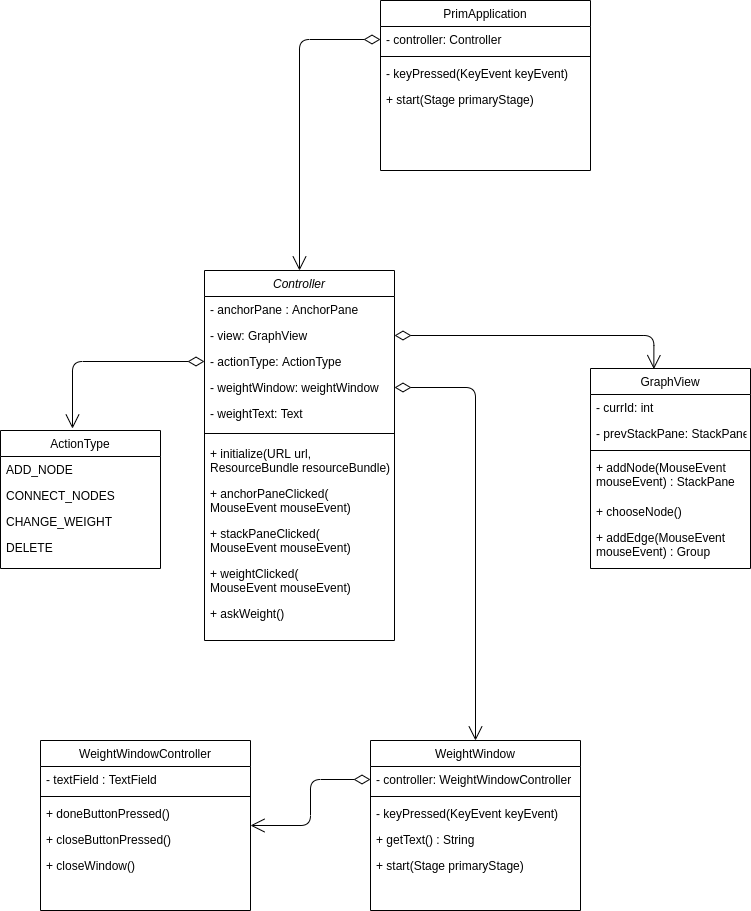
This is reports/UML/class.png from dkamakin/Practice-SPbETU-2021, a draw.io export, as it was before one commit. Source tidied: cells renumbered, new cells last; positions are measured from the earlier drawing's top-left corner, leaving out a move shared by most shapes.
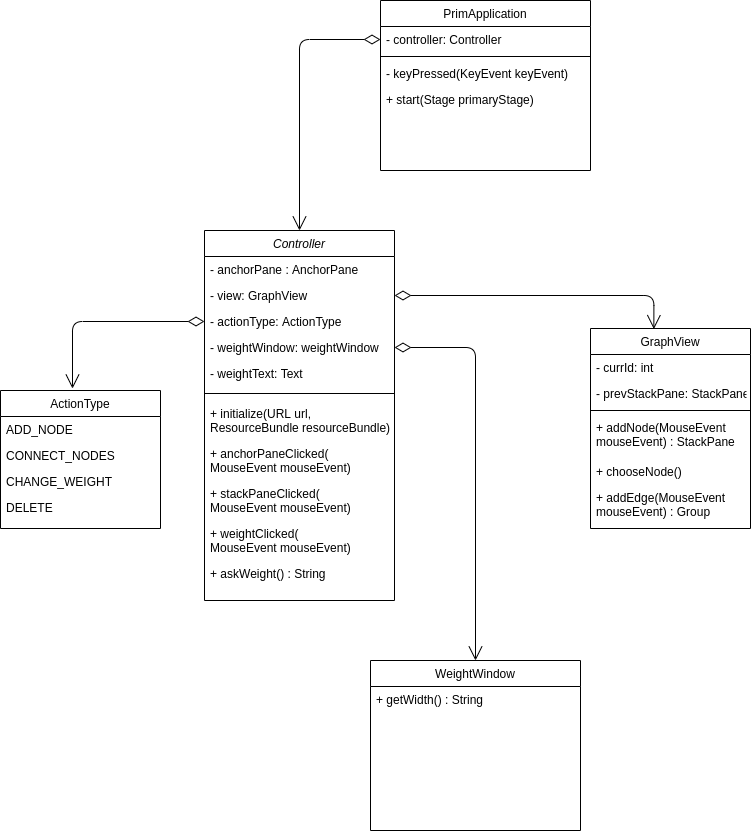
After the commit.

The edit, as a diff of the source:
```diff
@@ -35,7 +35,7 @@
     <mxCell id="12" value="+ weightClicked(&#10;MouseEvent mouseEvent)" style="text;align=left;verticalAlign=top;spacingLeft=4;spacingRight=4;overflow=hidden;rounded=0;shadow=0;html=0;" parent="2" vertex="1">
       <mxGeometry y="290" width="190" height="40" as="geometry" />
     </mxCell>
-    <mxCell id="13" value="+ askWeight()" style="text;align=left;verticalAlign=top;spacingLeft=4;spacingRight=4;overflow=hidden;rounded=0;shadow=0;html=0;" parent="2" vertex="1">
+    <mxCell id="13" value="+ askWeight() : String&#10;" style="text;align=left;verticalAlign=top;spacingLeft=4;spacingRight=4;overflow=hidden;rounded=0;shadow=0;html=0;" parent="2" vertex="1">
       <mxGeometry y="330" width="190" height="40" as="geometry" />
     </mxCell>
     <mxCell id="14" value="ActionType" style="swimlane;fontStyle=0;align=center;verticalAlign=top;horizontal=1;startSize=26;rounded=0;shadow=0;strokeWidth=1;" parent="1" vertex="1">
@@ -54,23 +54,11 @@
       <mxGeometry y="104" width="160" height="26" as="geometry" />
     </mxCell>
     <mxCell id="19" value="WeightWindow" style="swimlane;fontStyle=0;align=center;verticalAlign=top;horizontal=1;startSize=26;rounded=0;shadow=0;strokeWidth=1;" parent="1" vertex="1">
-      <mxGeometry x="370" y="740" width="210" height="170" as="geometry" />
+      <mxGeometry x="370" y="700" width="210" height="170" as="geometry" />
     </mxCell>
-    <mxCell id="20" value="- controller: WeightWindowController&#10;" style="text;align=left;verticalAlign=top;spacingLeft=4;spacingRight=4;overflow=hidden;points=[[0,0.5],[1,0.5]];portConstraint=eastwest;" parent="19" vertex="1">
-      <mxGeometry y="26" width="210" height="26" as="geometry" />
-    </mxCell>
-    <mxCell id="21" style="line;html=1;strokeWidth=1;align=left;verticalAlign=middle;spacingTop=-1;spacingLeft=3;spacingRight=3;labelPosition=right;" parent="19" vertex="1">
-      <mxGeometry y="52" width="210" height="8" as="geometry" />
-    </mxCell>
-    <mxCell id="22" value="- keyPressed(KeyEvent keyEvent)" style="text;align=left;verticalAlign=top;spacingLeft=4;spacingRight=4;overflow=hidden;" parent="19" vertex="1">
-      <mxGeometry y="60" width="210" height="26" as="geometry" />
-    </mxCell>
-    <mxCell id="23" value="+ getText() : String" style="text;align=left;verticalAlign=top;spacingLeft=4;spacingRight=4;overflow=hidden;" parent="19" vertex="1">
-      <mxGeometry y="86" width="210" height="26" as="geometry" />
+    <mxCell id="23" value="+ getWidth() : String" style="text;align=left;verticalAlign=top;spacingLeft=4;spacingRight=4;overflow=hidden;" parent="19" vertex="1">
+      <mxGeometry y="26" width="210" height="26" as="geometry" />
     </mxCell>
-    <mxCell id="24" value="+ start(Stage primaryStage)" style="text;align=left;verticalAlign=top;spacingLeft=4;spacingRight=4;overflow=hidden;" parent="19" vertex="1">
-      <mxGeometry y="112" width="210" height="26" as="geometry" />
-    </mxCell>
     <mxCell id="25" value="GraphView" style="swimlane;fontStyle=0;align=center;verticalAlign=top;horizontal=1;startSize=26;rounded=0;shadow=0;strokeWidth=1;" parent="1" vertex="1">
       <mxGeometry x="590" y="368" width="160" height="200" as="geometry" />
     </mxCell>
@@ -101,29 +89,8 @@
     <mxCell id="34" value="&lt;br&gt;" style="endArrow=open;html=1;endSize=12;startArrow=diamondThin;startSize=14;startFill=0;edgeStyle=orthogonalEdgeStyle;exitX=1;exitY=0.5;exitDx=0;exitDy=0;entryX=0.5;entryY=0;entryDx=0;entryDy=0;" parent="1" edge="1" source="6" target="19">
       <mxGeometry relative="1" as="geometry" />
     </mxCell>
-    <mxCell id="35" value="WeightWindowController" style="swimlane;fontStyle=0;align=center;verticalAlign=top;horizontal=1;startSize=26;rounded=0;shadow=0;strokeWidth=1;" parent="1" vertex="1">
-      <mxGeometry x="40" y="740" width="210" height="170" as="geometry" />
-    </mxCell>
-    <mxCell id="36" value="- textField : TextField" style="text;align=left;verticalAlign=top;spacingLeft=4;spacingRight=4;overflow=hidden;" parent="35" vertex="1">
-      <mxGeometry y="26" width="210" height="26" as="geometry" />
-    </mxCell>
-    <mxCell id="37" style="line;html=1;strokeWidth=1;align=left;verticalAlign=middle;spacingTop=-1;spacingLeft=3;spacingRight=3;labelPosition=right;" parent="35" vertex="1">
-      <mxGeometry y="52" width="210" height="8" as="geometry" />
-    </mxCell>
-    <mxCell id="38" value="+ doneButtonPressed()" style="text;align=left;verticalAlign=top;spacingLeft=4;spacingRight=4;overflow=hidden;" parent="35" vertex="1">
-      <mxGeometry y="60" width="210" height="26" as="geometry" />
-    </mxCell>
-    <mxCell id="39" value="+ closeButtonPressed()" style="text;align=left;verticalAlign=top;spacingLeft=4;spacingRight=4;overflow=hidden;" parent="35" vertex="1">
-      <mxGeometry y="86" width="210" height="26" as="geometry" />
-    </mxCell>
-    <mxCell id="40" value="+ closeWindow()" style="text;align=left;verticalAlign=top;spacingLeft=4;spacingRight=4;overflow=hidden;" parent="35" vertex="1">
-      <mxGeometry y="112" width="210" height="26" as="geometry" />
-    </mxCell>
-    <mxCell id="41" value="&lt;br&gt;" style="endArrow=open;html=1;endSize=12;startArrow=diamondThin;startSize=14;startFill=0;edgeStyle=orthogonalEdgeStyle;exitX=0;exitY=0.5;exitDx=0;exitDy=0;" parent="1" edge="1" source="20" target="35">
-      <mxGeometry relative="1" as="geometry" />
-    </mxCell>
     <mxCell id="42" value="PrimApplication" style="swimlane;fontStyle=0;align=center;verticalAlign=top;horizontal=1;startSize=26;rounded=0;shadow=0;strokeWidth=1;" parent="1" vertex="1">
-      <mxGeometry x="380" width="210" height="170" as="geometry" />
+      <mxGeometry x="380" y="40" width="210" height="170" as="geometry" />
     </mxCell>
     <mxCell id="43" value="- controller: Controller" style="text;align=left;verticalAlign=top;spacingLeft=4;spacingRight=4;overflow=hidden;points=[[0,0.5],[1,0.5]];portConstraint=eastwest;" parent="42" vertex="1">
       <mxGeometry y="26" width="210" height="26" as="geometry" />
```
